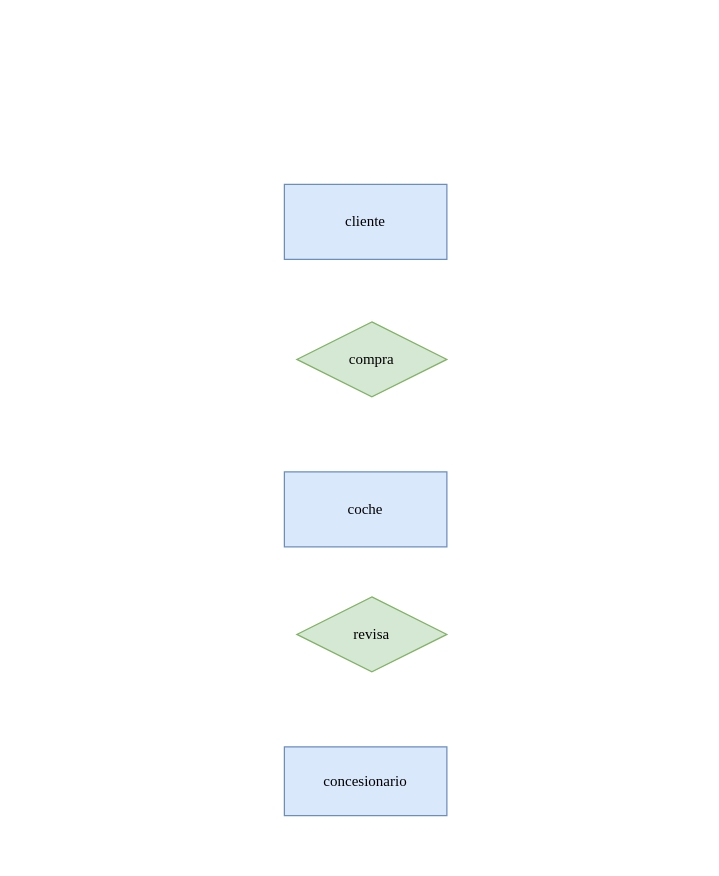
mdiogc/base-datos keeps this draw.io diagram as Unidad-1/Tareas./Tarea-5/Diagrama sin título.drawio. Above is the earlier version. Source tidied: cells renumbered, new cells numbered last; positions are measured from the earlier drawing's top-left corner, leaving out a move shared by most shapes. Both pictures are drawn from the tidied source at 125%, with x=0, y=0 at pixel (284, 184).
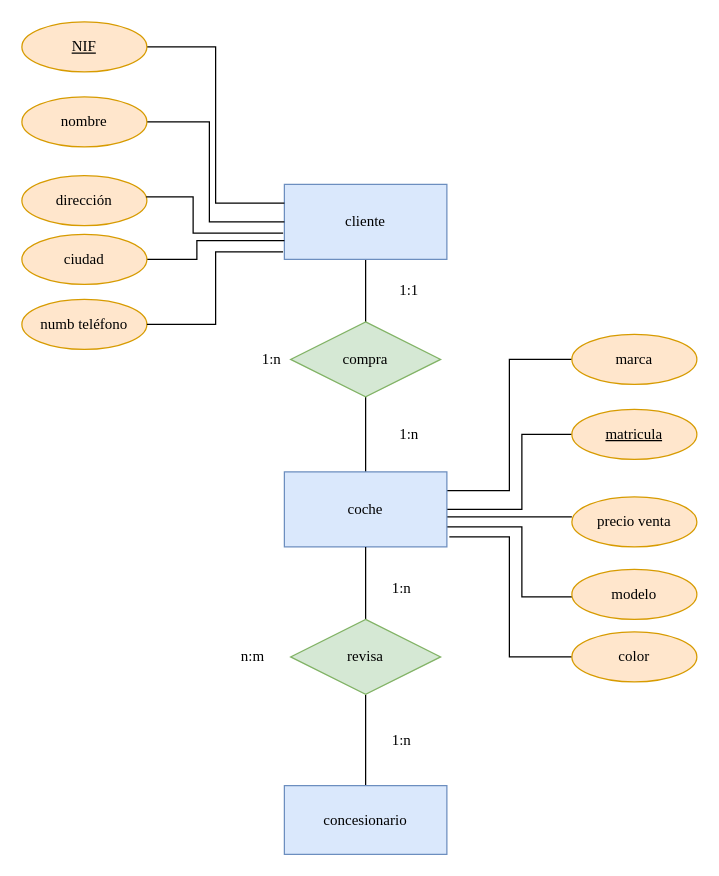
Above is the later version.

Unchanged cells that the change refers to:
```xml
<mxCell id="2" value="&lt;font face=&quot;Times New Roman&quot;&gt;cliente&lt;/font&gt;" style="whiteSpace=wrap;html=1;align=center;fillColor=#dae8fc;strokeColor=#6c8ebf;" parent="1" vertex="1">
  <mxGeometry width="130" height="60" as="geometry" />
</mxCell>
<mxCell id="3" value="&lt;font face=&quot;Times New Roman&quot;&gt;coche&lt;/font&gt;" style="whiteSpace=wrap;html=1;align=center;fillColor=#dae8fc;strokeColor=#6c8ebf;" parent="1" vertex="1">
  <mxGeometry y="230" width="130" height="60" as="geometry" />
</mxCell>
```

What changed in the source:
```diff
@@
+    <mxCell id="7" style="edgeStyle=orthogonalEdgeStyle;rounded=0;jettySize=auto;html=1;exitX=0.5;exitY=1;exitDx=0;exitDy=0;endArrow=none;endFill=0;" parent="1" edge="1" source="2" target="5">
+      <mxGeometry relative="1" as="geometry" />
+    </mxCell>
@@
+    <mxCell id="8" style="edgeStyle=orthogonalEdgeStyle;rounded=0;jettySize=auto;html=1;exitX=0.5;exitY=0;exitDx=0;exitDy=0;entryX=0.5;entryY=1;entryDx=0;entryDy=0;endArrow=none;endFill=0;" parent="1" edge="1" source="3" target="5">
+      <mxGeometry relative="1" as="geometry" />
+    </mxCell>
+    <mxCell id="9" style="edgeStyle=orthogonalEdgeStyle;rounded=0;jettySize=auto;html=1;exitX=1;exitY=0.25;exitDx=0;exitDy=0;entryX=0;entryY=0.5;entryDx=0;entryDy=0;endArrow=none;endFill=0;" parent="1" edge="1" source="3" target="22">
+      <mxGeometry relative="1" as="geometry" />
+    </mxCell>
+    <mxCell id="10" style="edgeStyle=orthogonalEdgeStyle;rounded=0;jettySize=auto;html=1;exitX=1.015;exitY=0.867;exitDx=0;exitDy=0;entryX=0;entryY=0.5;entryDx=0;entryDy=0;endArrow=none;endFill=0;exitPerimeter=0;" parent="1" edge="1" source="3" target="21">
+      <mxGeometry relative="1" as="geometry" />
+    </mxCell>
+    <mxCell id="11" style="edgeStyle=orthogonalEdgeStyle;rounded=0;jettySize=auto;html=1;exitX=1;exitY=0.5;exitDx=0;exitDy=0;endArrow=none;endFill=0;" parent="1" edge="1" target="17">
+      <mxGeometry relative="1" as="geometry">
+        <mxPoint x="130" y="274" as="sourcePoint" />
+        <Array as="points">
+          <mxPoint x="190" y="274" />
+          <mxPoint x="190" y="330" />
+        </Array>
+      </mxGeometry>
+    </mxCell>
+    <mxCell id="12" style="edgeStyle=orthogonalEdgeStyle;rounded=0;orthogonalLoop=1;jettySize=auto;html=1;exitX=1;exitY=0.5;exitDx=0;exitDy=0;entryX=0;entryY=0.5;entryDx=0;entryDy=0;endArrow=none;endFill=0;" parent="1" edge="1">
+      <mxGeometry relative="1" as="geometry">
+        <mxPoint x="130" y="266" as="sourcePoint" />
+        <mxPoint x="230" y="266" as="targetPoint" />
+        <Array as="points">
+          <mxPoint x="210" y="266" />
+          <mxPoint x="210" y="266" />
+        </Array>
+      </mxGeometry>
+    </mxCell>
+    <mxCell id="13" style="edgeStyle=orthogonalEdgeStyle;rounded=0;jettySize=auto;html=1;exitX=1;exitY=0.5;exitDx=0;exitDy=0;entryX=0;entryY=0.5;entryDx=0;entryDy=0;endArrow=none;endFill=0;" parent="1" edge="1" source="3" target="16">
+      <mxGeometry relative="1" as="geometry">
+        <Array as="points">
+          <mxPoint x="190" y="260" />
+          <mxPoint x="190" y="200" />
+        </Array>
+      </mxGeometry>
+    </mxCell>
@@
+    <mxCell id="14" style="edgeStyle=orthogonalEdgeStyle;rounded=0;jettySize=auto;html=1;endArrow=none;endFill=0;" parent="1" edge="1" source="4" target="6">
+      <mxGeometry relative="1" as="geometry" />
+    </mxCell>
     <mxCell id="4" value="&lt;font face=&quot;Times New Roman&quot;&gt;concesionario&lt;/font&gt;" style="whiteSpace=wrap;html=1;align=center;fillColor=#dae8fc;strokeColor=#6c8ebf;" parent="1" vertex="1">
-      <mxGeometry y="450" width="130" height="55" as="geometry" />
+      <mxGeometry y="481" width="130" height="55" as="geometry" />
     </mxCell>
     <mxCell id="5" value="&lt;font face=&quot;Times New Roman&quot;&gt;compra&lt;/font&gt;" style="shape=rhombus;perimeter=rhombusPerimeter;whiteSpace=wrap;html=1;align=center;fillColor=#d5e8d4;strokeColor=#82b366;" parent="1" vertex="1">
-      <mxGeometry x="10" y="110" width="120" height="60" as="geometry" />
+      <mxGeometry x="5" y="110" width="120" height="60" as="geometry" />
     </mxCell>
+    <mxCell id="15" style="edgeStyle=orthogonalEdgeStyle;rounded=0;jettySize=auto;html=1;exitX=0.5;exitY=0;exitDx=0;exitDy=0;endArrow=none;endFill=0;" parent="1" edge="1" source="6" target="3">
+      <mxGeometry relative="1" as="geometry" />
+    </mxCell>
     <mxCell id="6" value="&lt;font face=&quot;Times New Roman&quot;&gt;revisa&lt;/font&gt;" style="shape=rhombus;perimeter=rhombusPerimeter;whiteSpace=wrap;html=1;align=center;fillColor=#d5e8d4;strokeColor=#82b366;" parent="1" vertex="1">
-      <mxGeometry x="10" y="330" width="120" height="60" as="geometry" />
+      <mxGeometry x="5" y="348" width="120" height="60" as="geometry" />
     </mxCell>
+    <mxCell id="16" value="&lt;u&gt;&lt;font face=&quot;Times New Roman&quot;&gt;matricula&lt;/font&gt;&lt;/u&gt;" style="ellipse;whiteSpace=wrap;html=1;align=center;fillColor=#ffe6cc;strokeColor=#d79b00;" parent="1" vertex="1">
+      <mxGeometry x="230" y="180" width="100" height="40" as="geometry" />
+    </mxCell>
+    <mxCell id="17" value="&lt;font face=&quot;Times New Roman&quot;&gt;modelo&lt;/font&gt;" style="ellipse;whiteSpace=wrap;html=1;align=center;fillColor=#ffe6cc;strokeColor=#d79b00;" parent="1" vertex="1">
+      <mxGeometry x="230" y="308" width="100" height="40" as="geometry" />
+    </mxCell>
+    <mxCell id="18" style="edgeStyle=orthogonalEdgeStyle;rounded=0;jettySize=auto;html=1;exitX=1;exitY=0.5;exitDx=0;exitDy=0;entryX=0;entryY=0.25;entryDx=0;entryDy=0;endArrow=none;endFill=0;" parent="1" edge="1" source="19" target="2">
+      <mxGeometry relative="1" as="geometry" />
+    </mxCell>
+    <mxCell id="19" value="&lt;font face=&quot;Times New Roman&quot;&gt;&lt;u&gt;NIF&lt;/u&gt;&lt;/font&gt;" style="ellipse;whiteSpace=wrap;html=1;align=center;fillColor=#ffe6cc;strokeColor=#d79b00;" parent="1" vertex="1">
+      <mxGeometry x="-210" y="-130" width="100" height="40" as="geometry" />
+    </mxCell>
+    <mxCell id="20" value="&lt;font face=&quot;Times New Roman&quot;&gt;precio venta&lt;/font&gt;" style="ellipse;whiteSpace=wrap;html=1;align=center;fillColor=#ffe6cc;strokeColor=#d79b00;" parent="1" vertex="1">
+      <mxGeometry x="230" y="250" width="100" height="40" as="geometry" />
+    </mxCell>
+    <mxCell id="21" value="&lt;font face=&quot;Times New Roman&quot;&gt;color&lt;/font&gt;" style="ellipse;whiteSpace=wrap;html=1;align=center;fillColor=#ffe6cc;strokeColor=#d79b00;" parent="1" vertex="1">
+      <mxGeometry x="230" y="358" width="100" height="40" as="geometry" />
+    </mxCell>
+    <mxCell id="22" value="&lt;font face=&quot;Times New Roman&quot;&gt;marca&lt;/font&gt;" style="ellipse;whiteSpace=wrap;html=1;align=center;fillColor=#ffe6cc;strokeColor=#d79b00;" parent="1" vertex="1">
+      <mxGeometry x="230" y="120" width="100" height="40" as="geometry" />
+    </mxCell>
+    <mxCell id="23" style="edgeStyle=orthogonalEdgeStyle;rounded=0;jettySize=auto;html=1;exitX=1;exitY=0.5;exitDx=0;exitDy=0;entryX=0;entryY=0.5;entryDx=0;entryDy=0;endArrow=none;endFill=0;" parent="1" edge="1" source="24" target="2">
+      <mxGeometry relative="1" as="geometry">
+        <Array as="points">
+          <mxPoint x="-60" y="-50" />
+          <mxPoint x="-60" y="30" />
+        </Array>
+      </mxGeometry>
+    </mxCell>
+    <mxCell id="24" value="&lt;font face=&quot;Times New Roman&quot;&gt;nombre&lt;/font&gt;" style="ellipse;whiteSpace=wrap;html=1;align=center;fillColor=#ffe6cc;strokeColor=#d79b00;" parent="1" vertex="1">
+      <mxGeometry x="-210" y="-70" width="100" height="40" as="geometry" />
+    </mxCell>
+    <mxCell id="25" value="&lt;font face=&quot;Times New Roman&quot;&gt;dirección&lt;/font&gt;" style="ellipse;whiteSpace=wrap;html=1;align=center;fillColor=#ffe6cc;strokeColor=#d79b00;" parent="1" vertex="1">
+      <mxGeometry x="-210" y="-7" width="100" height="40" as="geometry" />
+    </mxCell>
+    <mxCell id="26" style="edgeStyle=orthogonalEdgeStyle;rounded=0;jettySize=auto;html=1;exitX=1;exitY=0.5;exitDx=0;exitDy=0;entryX=0;entryY=0.75;entryDx=0;entryDy=0;endArrow=none;endFill=0;" parent="1" edge="1" source="27" target="2">
+      <mxGeometry relative="1" as="geometry">
+        <Array as="points">
+          <mxPoint x="-70" y="60" />
+          <mxPoint x="-70" y="45" />
+        </Array>
+      </mxGeometry>
+    </mxCell>
+    <mxCell id="27" value="&lt;font face=&quot;Times New Roman&quot;&gt;ciudad&lt;/font&gt;" style="ellipse;whiteSpace=wrap;html=1;align=center;fillColor=#ffe6cc;strokeColor=#d79b00;" parent="1" vertex="1">
+      <mxGeometry x="-210" y="40" width="100" height="40" as="geometry" />
+    </mxCell>
+    <mxCell id="28" value="&lt;font face=&quot;Times New Roman&quot;&gt;numb teléfono&lt;/font&gt;" style="ellipse;whiteSpace=wrap;html=1;align=center;fillColor=#ffe6cc;strokeColor=#d79b00;" parent="1" vertex="1">
+      <mxGeometry x="-210" y="92" width="100" height="40" as="geometry" />
+    </mxCell>
+    <mxCell id="29" style="edgeStyle=orthogonalEdgeStyle;rounded=0;jettySize=auto;html=1;exitX=1;exitY=0.5;exitDx=0;exitDy=0;entryX=-0.008;entryY=0.9;entryDx=0;entryDy=0;entryPerimeter=0;endArrow=none;endFill=0;" parent="1" edge="1" source="28" target="2">
+      <mxGeometry relative="1" as="geometry" />
+    </mxCell>
+    <mxCell id="30" style="edgeStyle=orthogonalEdgeStyle;rounded=0;jettySize=auto;html=1;entryX=0.015;entryY=0.65;entryDx=0;entryDy=0;entryPerimeter=0;endArrow=none;endFill=0;" parent="1" edge="1" source="25">
+      <mxGeometry relative="1" as="geometry">
+        <mxPoint x="-1" y="39" as="targetPoint" />
+        <Array as="points">
+          <mxPoint x="-73" y="10" />
+          <mxPoint x="-73" y="39" />
+        </Array>
+      </mxGeometry>
+    </mxCell>
+    <mxCell id="31" value="&lt;font face=&quot;Times New Roman&quot;&gt;1:n&lt;/font&gt;" style="text;html=1;strokeColor=none;fillColor=none;align=center;verticalAlign=middle;whiteSpace=wrap;rounded=0;" parent="1" vertex="1">
+      <mxGeometry x="70" y="185" width="60" height="30" as="geometry" />
+    </mxCell>
+    <mxCell id="32" value="&lt;font face=&quot;Times New Roman&quot;&gt;1:1&lt;/font&gt;" style="text;html=1;strokeColor=none;fillColor=none;align=center;verticalAlign=middle;whiteSpace=wrap;rounded=0;" parent="1" vertex="1">
+      <mxGeometry x="70" y="70" width="60" height="30" as="geometry" />
+    </mxCell>
+    <mxCell id="33" value="&lt;font face=&quot;Times New Roman&quot;&gt;1:n&lt;/font&gt;" style="text;html=1;strokeColor=none;fillColor=none;align=center;verticalAlign=middle;whiteSpace=wrap;rounded=0;" parent="1" vertex="1">
+      <mxGeometry x="-40" y="125" width="60" height="30" as="geometry" />
+    </mxCell>
+    <mxCell id="34" value="&lt;font face=&quot;Times New Roman&quot;&gt;1:n&lt;/font&gt;" style="text;html=1;strokeColor=none;fillColor=none;align=center;verticalAlign=middle;whiteSpace=wrap;rounded=0;" parent="1" vertex="1">
+      <mxGeometry x="64" y="430" width="60" height="30" as="geometry" />
+    </mxCell>
+    <mxCell id="35" value="&lt;font face=&quot;Times New Roman&quot;&gt;1:n&lt;/font&gt;" style="text;html=1;strokeColor=none;fillColor=none;align=center;verticalAlign=middle;whiteSpace=wrap;rounded=0;" parent="1" vertex="1">
+      <mxGeometry x="64" y="308" width="60" height="30" as="geometry" />
+    </mxCell>
+    <mxCell id="36" value="&lt;font face=&quot;Times New Roman&quot;&gt;n:m&lt;/font&gt;" style="text;html=1;strokeColor=none;fillColor=none;align=center;verticalAlign=middle;whiteSpace=wrap;rounded=0;" parent="1" vertex="1">
+      <mxGeometry x="-55" y="363" width="60" height="30" as="geometry" />
+    </mxCell>
```
